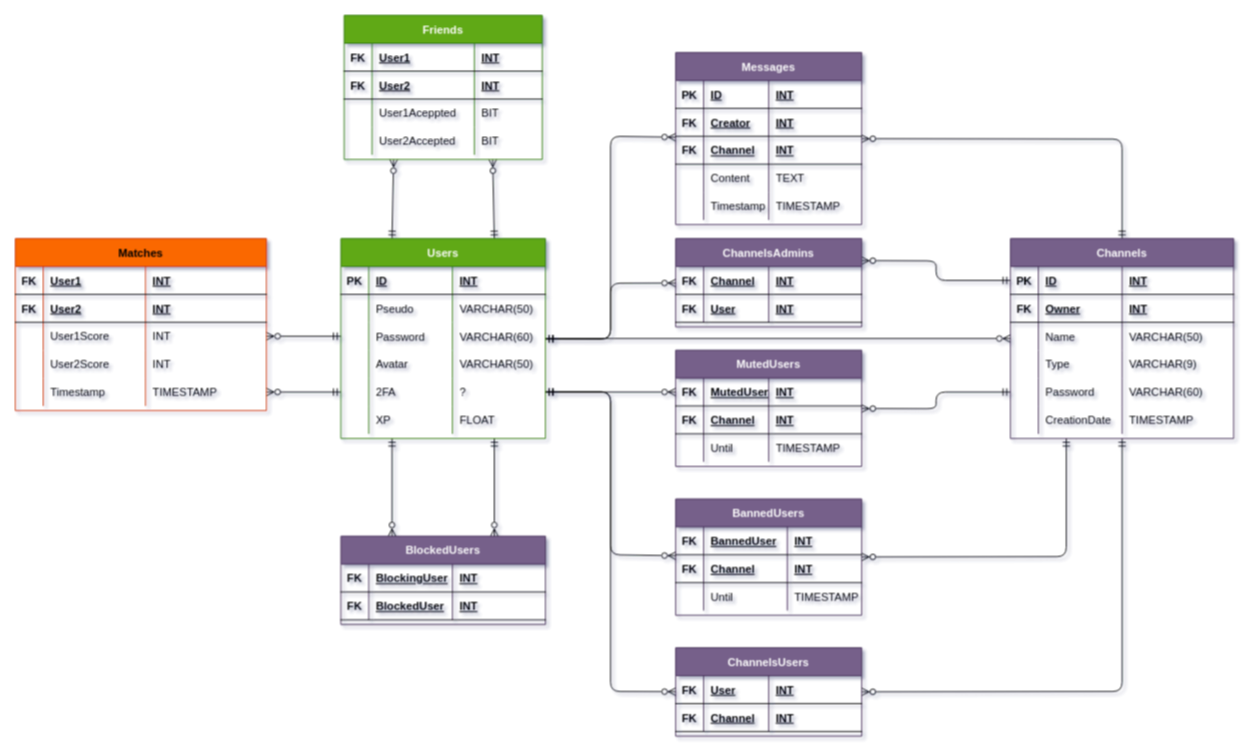
This is database.drawio from frdescam/transcendence, a draw.io file, before an edit. Source tidied: cells renumbered, new cells numbered last; positions are measured from the earlier drawing's top-left corner, leaving out a move shared by most shapes. Both pictures are drawn from the tidied source at 93%, with x=0, y=0 at pixel (15, 15).
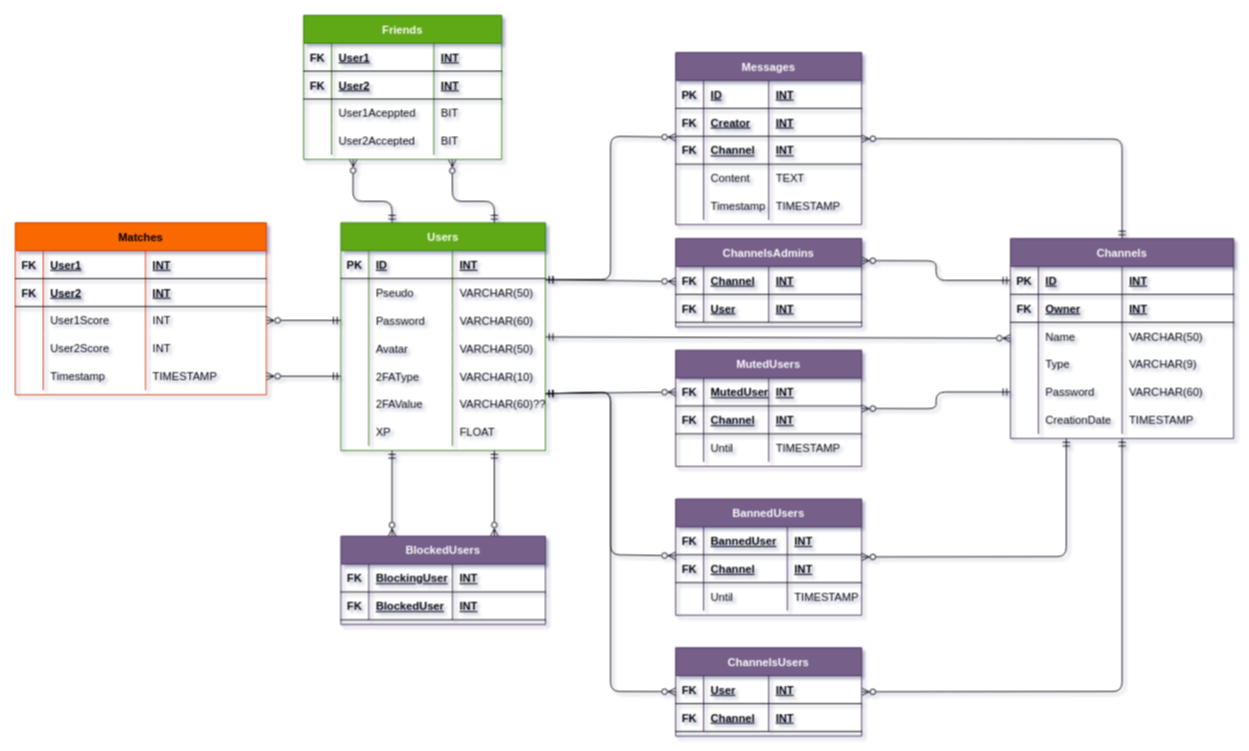
The same page after the edit.

Commit message (it also covers changes not shown here):
update database diagram

The change refers to these unchanged cells:
```xml
<mxCell id="33" style="shape=partialRectangle;fillColor=none;top=0;left=0;bottom=0;right=0;points=[[0,0.5],[1,0.5]];portConstraint=eastwest;" parent="16" vertex="1">
  <mxGeometry y="150" width="220" height="30" as="geometry" />
</mxCell>
<mxCell id="69" value="ChannelsUsers" style="shape=table;startSize=30;childLayout=tableLayout;rowLines=0;fontStyle=1;align=center;fillColor=#76608a;fontColor=#ffffff;strokeColor=#432D57;" parent="1" vertex="1">
  <mxGeometry x="710" y="680" width="200" height="95" as="geometry" />
</mxCell>
<mxCell id="78" value="Messages" style="shape=table;startSize=30;childLayout=tableLayout;rowLines=0;fontStyle=1;align=center;fillColor=#76608a;fontColor=#ffffff;strokeColor=#432D57;" parent="1" vertex="1">
  <mxGeometry x="710" y="40" width="200" height="185" as="geometry" />
</mxCell>
<mxCell id="142" style="shape=partialRectangle;fillColor=none;top=0;left=0;bottom=0;right=0;points=[[0,0.5],[1,0.5]];portConstraint=eastwest;" parent="129" vertex="1">
  <mxGeometry y="120" width="213" height="30" as="geometry" />
</mxCell>
<mxCell id="146" value="ChannelsAdmins" style="shape=table;startSize=30;childLayout=tableLayout;rowLines=0;fontStyle=1;align=center;fillColor=#76608a;fontColor=#ffffff;strokeColor=#432D57;" parent="1" vertex="1">
  <mxGeometry x="710" y="240" width="200" height="95" as="geometry" />
</mxCell>
<mxCell id="156" style="shape=partialRectangle;fillColor=none;top=0;left=0;bottom=1;right=0;points=[[0,0.5],[1,0.5]];portConstraint=eastwest;" parent="155" vertex="1">
  <mxGeometry y="30" width="200" height="30" as="geometry" />
</mxCell>
<mxCell id="168" value="BannedUsers" style="shape=table;startSize=30;childLayout=tableLayout;rowLines=0;fontStyle=1;align=center;fillColor=#76608a;fontColor=#ffffff;strokeColor=#432D57;" parent="1" vertex="1">
  <mxGeometry x="710" y="520" width="200" height="125" as="geometry" />
</mxCell>
```

The edit, as a diff of the source:
```diff
@@
-    <mxCell id="2" style="edgeStyle=none;html=1;endArrow=ERzeroToMany;endFill=0;startArrow=ERmandOne;startFill=0;" parent="1" edge="1" source="16" target="78">
+    <mxCell id="2" style="edgeStyle=none;html=1;endArrow=ERzeroToMany;endFill=0;startArrow=ERmandOne;startFill=0;exitX=1;exitY=0.25;exitDx=0;exitDy=0;" parent="1" edge="1" source="16" target="78">
       <mxGeometry relative="1" as="geometry">
         <Array as="points">
-          <mxPoint x="640" y="348" />
+          <mxPoint x="640" y="284" />
           <mxPoint x="640" y="130" />
         </Array>
       </mxGeometry>
     </mxCell>
-    <mxCell id="3" style="edgeStyle=none;html=1;endArrow=ERzeroToMany;endFill=0;startArrow=ERmandOne;startFill=0;exitX=1;exitY=0.5;exitDx=0;exitDy=0;" parent="1" edge="1" source="33" target="69">
+    <mxCell id="3" style="edgeStyle=none;html=1;endArrow=ERzeroToMany;endFill=0;startArrow=ERmandOne;startFill=0;exitX=1;exitY=0.127;exitDx=0;exitDy=0;exitPerimeter=0;" parent="1" edge="1" source="181" target="69">
       <mxGeometry relative="1" as="geometry">
         <Array as="points">
           <mxPoint x="640" y="405" />
           <mxPoint x="640" y="727" />
         </Array>
       </mxGeometry>
     </mxCell>
@@
-    <mxCell id="9" style="edgeStyle=none;html=1;startArrow=ERmandOne;startFill=0;endArrow=ERzeroToMany;endFill=0;entryX=0.25;entryY=1;entryDx=0;entryDy=0;exitX=0.25;exitY=0;exitDx=0;exitDy=0;" parent="1" edge="1" source="16" target="129">
-      <mxGeometry relative="1" as="geometry" />
+    <mxCell id="9" style="edgeStyle=none;html=1;startArrow=ERmandOne;startFill=0;endArrow=ERzeroToMany;endFill=0;entryX=0.25;entryY=1.161;entryDx=0;entryDy=0;exitX=0.25;exitY=0;exitDx=0;exitDy=0;entryPerimeter=0;" parent="1" edge="1" source="16" target="142">
+      <mxGeometry relative="1" as="geometry">
+        <Array as="points">
+          <mxPoint x="405" y="200" />
+          <mxPoint x="363" y="200" />
+        </Array>
+      </mxGeometry>
     </mxCell>
@@
-    <mxCell id="12" style="edgeStyle=none;html=1;startArrow=ERmandOne;startFill=0;endArrow=ERzeroToMany;endFill=0;" parent="1" edge="1" source="16" target="146">
-      <mxGeometry relative="1" as="geometry">
-        <Array as="points">
-          <mxPoint x="640" y="348" />
-          <mxPoint x="640" y="288" />
-        </Array>
-      </mxGeometry>
+    <mxCell id="12" style="edgeStyle=none;html=1;startArrow=ERmandOne;startFill=0;endArrow=ERzeroToMany;endFill=0;exitX=1;exitY=0.25;exitDx=0;exitDy=0;" parent="1" edge="1" source="16" target="146">
+      <mxGeometry relative="1" as="geometry" />
     </mxCell>
-    <mxCell id="13" style="edgeStyle=none;html=1;startArrow=ERmandOne;startFill=0;endArrow=ERzeroToMany;endFill=0;exitX=1;exitY=0.5;exitDx=0;exitDy=0;entryX=0;entryY=0.5;entryDx=0;entryDy=0;" parent="1" edge="1" source="33" target="156">
+    <mxCell id="13" style="edgeStyle=none;html=1;startArrow=ERmandOne;startFill=0;endArrow=ERzeroToMany;endFill=0;entryX=0;entryY=0.5;entryDx=0;entryDy=0;exitX=1;exitY=0.127;exitDx=0;exitDy=0;exitPerimeter=0;" parent="1" edge="1" source="181" target="156">
       <mxGeometry relative="1" as="geometry" />
     </mxCell>
-    <mxCell id="14" style="edgeStyle=none;html=1;startArrow=ERmandOne;startFill=0;endArrow=ERzeroToMany;endFill=0;exitX=1;exitY=0.5;exitDx=0;exitDy=0;" parent="1" edge="1" source="33" target="168">
+    <mxCell id="14" style="edgeStyle=none;html=1;startArrow=ERmandOne;startFill=0;endArrow=ERzeroToMany;endFill=0;exitX=1;exitY=0.75;exitDx=0;exitDy=0;" parent="1" edge="1" source="16" target="168">
       <mxGeometry relative="1" as="geometry">
         <Array as="points">
           <mxPoint x="640" y="405" />
           <mxPoint x="640" y="580" />
         </Array>
       </mxGeometry>
     </mxCell>
-    <mxCell id="15" style="edgeStyle=none;html=1;startArrow=ERmandOne;startFill=0;endArrow=ERzeroToMany;endFill=0;entryX=0.75;entryY=1;entryDx=0;entryDy=0;exitX=0.75;exitY=0;exitDx=0;exitDy=0;" parent="1" edge="1" source="16" target="129">
-      <mxGeometry relative="1" as="geometry" />
+    <mxCell id="15" style="edgeStyle=none;html=1;startArrow=ERmandOne;startFill=0;endArrow=ERzeroToMany;endFill=0;exitX=0.75;exitY=0;exitDx=0;exitDy=0;entryX=0.75;entryY=1;entryDx=0;entryDy=0;" parent="1" edge="1" source="16" target="129">
+      <mxGeometry relative="1" as="geometry">
+        <Array as="points">
+          <mxPoint x="515" y="200" />
+          <mxPoint x="470" y="200" />
+        </Array>
+      </mxGeometry>
     </mxCell>
     <mxCell id="16" value="Users" style="shape=table;startSize=30;childLayout=tableLayout;rowLines=0;fontStyle=1;align=center;fillColor=#60a917;fontColor=#ffffff;strokeColor=#2D7600;" parent="1" vertex="1">
-      <mxGeometry x="350" y="240" width="220" height="215" as="geometry" />
+      <mxGeometry x="350" y="223" width="220" height="245" as="geometry" />
     </mxCell>
@@
-    <mxCell id="35" value="2FA" style="shape=partialRectangle;fillColor=none;top=0;left=0;bottom=0;right=0;align=left;spacingLeft=6;overflow=hidden;" parent="33" vertex="1">
+    <mxCell id="35" value="2FAType" style="shape=partialRectangle;fillColor=none;top=0;left=0;bottom=0;right=0;align=left;spacingLeft=6;overflow=hidden;" parent="33" vertex="1">
       <mxGeometry x="30" width="90" height="30" as="geometry" />
     </mxCell>
-    <mxCell id="36" value="?" style="shape=partialRectangle;fillColor=none;top=0;left=0;bottom=0;right=0;align=left;spacingLeft=6;overflow=hidden;" parent="33" vertex="1">
+    <mxCell id="36" value="VARCHAR(10)" style="shape=partialRectangle;fillColor=none;top=0;left=0;bottom=0;right=0;align=left;spacingLeft=6;overflow=hidden;" parent="33" vertex="1">
       <mxGeometry x="120" width="100" height="30" as="geometry" />
     </mxCell>
+    <mxCell id="181" style="shape=partialRectangle;fillColor=none;top=0;left=0;bottom=0;right=0;points=[[0,0.5],[1,0.5]];portConstraint=eastwest;" parent="16" vertex="1">
+      <mxGeometry y="180" width="220" height="30" as="geometry" />
+    </mxCell>
+    <mxCell id="182" style="shape=partialRectangle;fillColor=none;top=0;left=0;bottom=0;right=0;overflow=hidden;" parent="181" vertex="1">
+      <mxGeometry width="30" height="30" as="geometry" />
+    </mxCell>
+    <mxCell id="183" value="2FAValue" style="shape=partialRectangle;fillColor=none;top=0;left=0;bottom=0;right=0;align=left;spacingLeft=6;overflow=hidden;" parent="181" vertex="1">
+      <mxGeometry x="30" width="90" height="30" as="geometry" />
+    </mxCell>
+    <mxCell id="184" value="VARCHAR(60)??" style="shape=partialRectangle;fillColor=none;top=0;left=0;bottom=0;right=0;align=left;spacingLeft=6;overflow=hidden;" parent="181" vertex="1">
+      <mxGeometry x="120" width="100" height="30" as="geometry" />
+    </mxCell>
     <mxCell id="37" style="shape=partialRectangle;fillColor=none;top=0;left=0;bottom=0;right=0;" parent="16" vertex="1">
-      <mxGeometry y="180" width="220" height="30" as="geometry" />
+      <mxGeometry y="210" width="220" height="30" as="geometry" />
     </mxCell>
@@
     <mxCell id="99" value="Matches" style="shape=table;startSize=30;childLayout=tableLayout;rowLines=0;fontStyle=1;align=center;fillColor=#fa6800;fontColor=#000000;strokeColor=#C73500;" parent="1" vertex="1">
-      <mxGeometry y="240" width="270" height="185" as="geometry" />
+      <mxGeometry y="223" width="270" height="185" as="geometry" />
     </mxCell>
@@
     <mxCell id="129" value="Friends" style="shape=table;startSize=30;childLayout=tableLayout;rowLines=0;fontStyle=1;align=center;fillColor=#60a917;fontColor=#ffffff;strokeColor=#2D7600;" parent="1" vertex="1">
-      <mxGeometry x="353.5" width="213" height="155" as="geometry" />
+      <mxGeometry x="310" width="213" height="155" as="geometry" />
     </mxCell>
```
